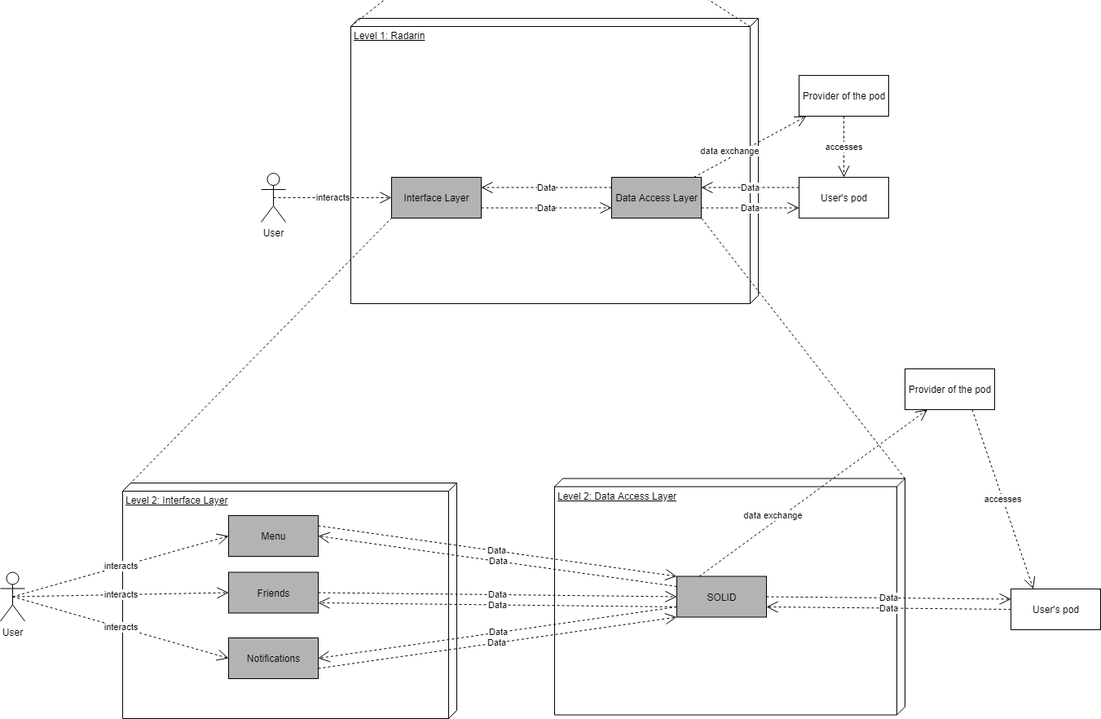
This is webapp/docs/images/documentation_5_2.png from Arquisoft/radarin_en2b, a draw.io export, as it was before one commit. Source tidied: cells renumbered, new cells last; positions are measured from the earlier drawing's top-left corner, leaving out a move shared by most shapes.
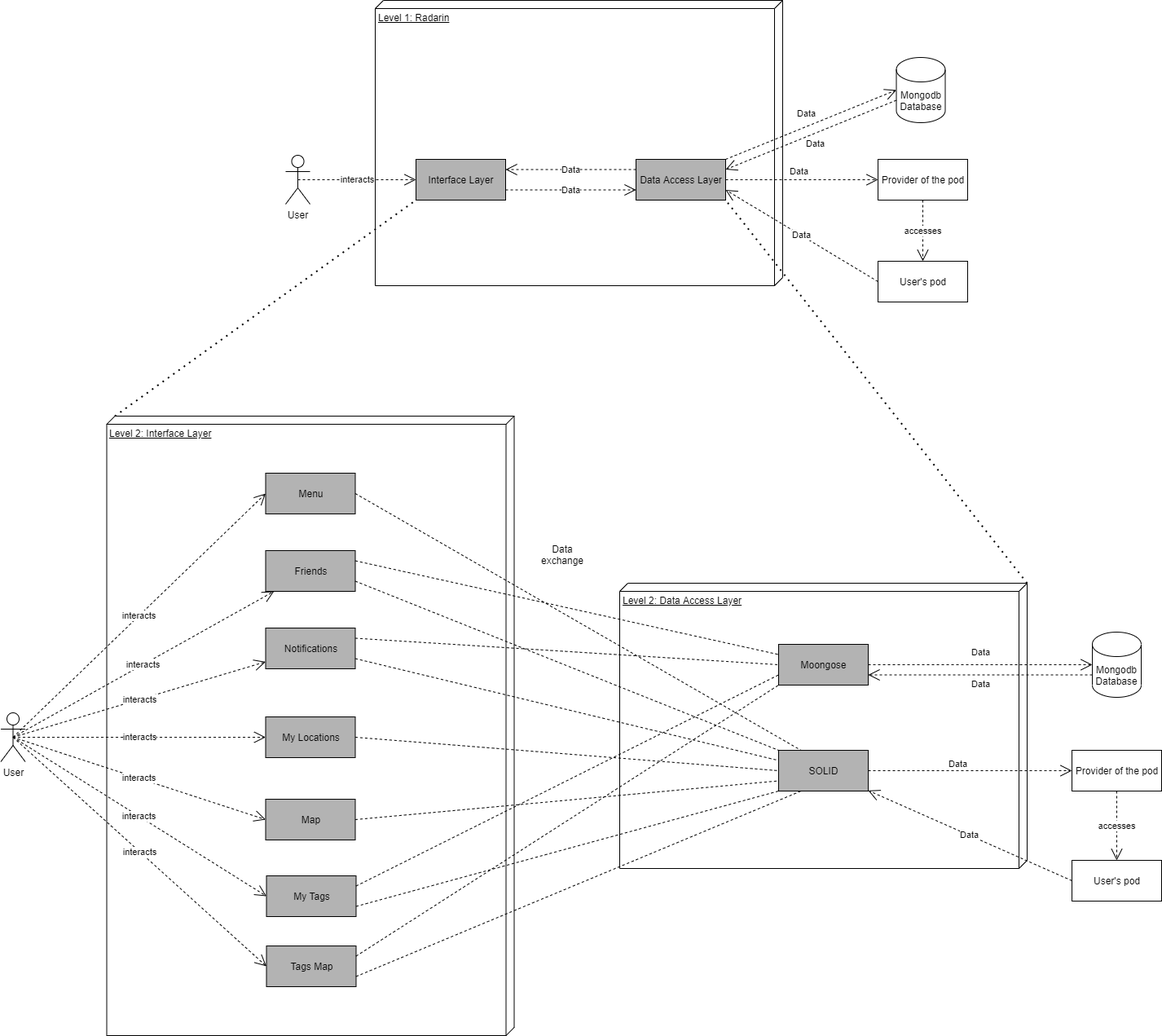
Above is the later version.

Change to the diagram source:
```diff
@@ -7,31 +7,2 @@
     </mxCell>
-    <mxCell id="3" value="Scope and context" style="verticalAlign=top;align=left;spacingTop=8;spacingLeft=2;spacingRight=12;shape=cube;size=10;direction=south;fontStyle=4;html=1;" parent="1" vertex="1">
-      <mxGeometry x="420" width="520" height="320" as="geometry" />
-    </mxCell>
-    <mxCell id="4" value="User" style="shape=umlActor;verticalLabelPosition=bottom;verticalAlign=top;html=1;" parent="1" vertex="1">
-      <mxGeometry x="820" y="190" width="30" height="60" as="geometry" />
-    </mxCell>
-    <mxCell id="5" value="Radarin" style="html=1;fillColor=#B3B3B3;" parent="1" vertex="1">
-      <mxGeometry x="600" y="195" width="110" height="50" as="geometry" />
-    </mxCell>
-    <mxCell id="6" value="User`s pod" style="html=1;" parent="1" vertex="1">
-      <mxGeometry x="490" y="60" width="110" height="50" as="geometry" />
-    </mxCell>
-    <mxCell id="7" value="Provider of the pod" style="html=1;" parent="1" vertex="1">
-      <mxGeometry x="710" y="60" width="110" height="50" as="geometry" />
-    </mxCell>
-    <mxCell id="8" value="accesses" style="endArrow=open;endSize=12;dashed=1;html=1;" parent="1" edge="1" source="7" target="6">
-      <mxGeometry relative="1" as="geometry" />
-    </mxCell>
-    <mxCell id="9" value="provides" style="endArrow=open;endSize=12;dashed=1;html=1;" parent="1" edge="1" source="5" target="7">
-      <mxGeometry relative="1" as="geometry" />
-    </mxCell>
-    <mxCell id="10" value="data exchange" style="endArrow=open;endSize=12;dashed=1;html=1;entryX=0.5;entryY=1;entryDx=0;entryDy=0;exitX=0;exitY=0;exitDx=0;exitDy=0;" parent="1" edge="1" source="5" target="6">
-      <mxGeometry x="-0.25" y="-24" relative="1" as="geometry" />
-    </mxCell>
-    <mxCell id="11" style="endArrow=open;endSize=12;dashed=1;html=1;exitX=1;exitY=1;exitDx=0;exitDy=0;entryX=0.5;entryY=0;entryDx=0;entryDy=0;" parent="1" edge="1" source="6" target="5">
-      <mxGeometry x="0.32" y="-7" relative="1" as="geometry">
-        <mxPoint x="-1" as="offset" />
-      </mxGeometry>
-    </mxCell>
     <mxCell id="12" value="Interface Layer" style="html=1;fillColor=#B3B3B3;" parent="1" vertex="1">
@@ -46,9 +17,9 @@
     <mxCell id="15" value="Provider of the pod" style="html=1;" parent="1" vertex="1">
-      <mxGeometry x="980" y="440" width="110" height="50" as="geometry" />
+      <mxGeometry x="1047" y="565" width="110" height="50" as="geometry" />
     </mxCell>
     <mxCell id="16" value="User's pod" style="html=1;" parent="1" vertex="1">
-      <mxGeometry x="980" y="565" width="110" height="50" as="geometry" />
+      <mxGeometry x="1047" y="690" width="110" height="50" as="geometry" />
     </mxCell>
-    <mxCell id="17" value="data exchange" style="endArrow=open;endSize=12;dashed=1;html=1;" parent="1" edge="1" source="13" target="15">
-      <mxGeometry x="-0.32" y="7" relative="1" as="geometry" />
+    <mxCell id="17" value="Data" style="endArrow=open;endSize=12;dashed=1;html=1;" parent="1" edge="1" source="13" target="15">
+      <mxGeometry x="-0.04" y="10" relative="1" as="geometry" />
     </mxCell>
@@ -57,9 +28,3 @@
     </mxCell>
-    <mxCell id="19" value="interacts" style="endArrow=open;endSize=12;dashed=1;html=1;exitX=0.5;exitY=0.5;exitDx=0;exitDy=0;exitPerimeter=0;entryX=1;entryY=0.5;entryDx=0;entryDy=0;" parent="1" edge="1" source="4" target="5">
-      <mxGeometry relative="1" as="geometry" />
-    </mxCell>
-    <mxCell id="20" value="logs in" style="endArrow=open;endSize=12;dashed=1;html=1;entryX=0.75;entryY=1;entryDx=0;entryDy=0;exitX=0.25;exitY=0.1;exitDx=0;exitDy=0;exitPerimeter=0;" parent="1" edge="1" source="4" target="7">
-      <mxGeometry relative="1" as="geometry" />
-    </mxCell>
-    <mxCell id="21" value="Data" style="endArrow=open;endSize=12;dashed=1;html=1;entryX=1;entryY=0.25;entryDx=0;entryDy=0;exitX=0;exitY=0.25;exitDx=0;exitDy=0;" parent="1" edge="1" source="16" target="13">
+    <mxCell id="21" value="Data" style="endArrow=open;endSize=12;dashed=1;html=1;entryX=1;entryY=0.75;entryDx=0;entryDy=0;exitX=0;exitY=0.5;exitDx=0;exitDy=0;" parent="1" edge="1" source="16" target="13">
       <mxGeometry relative="1" as="geometry" />
@@ -75,83 +40,149 @@
     </mxCell>
-    <mxCell id="25" style="endArrow=none;dashed=1;html=1;exitX=0;exitY=0;exitDx=10;exitDy=500;exitPerimeter=0;entryX=0;entryY=1;entryDx=0;entryDy=0;" parent="1" edge="1" source="2" target="5">
-      <mxGeometry relative="1" as="geometry" />
-    </mxCell>
-    <mxCell id="26" style="endArrow=none;dashed=1;html=1;exitX=0.029;exitY=0.02;exitDx=0;exitDy=0;exitPerimeter=0;entryX=1;entryY=1;entryDx=0;entryDy=0;" parent="1" edge="1" source="2" target="5">
-      <mxGeometry relative="1" as="geometry" />
-    </mxCell>
     <mxCell id="27" value="Level 2: Interface Layer" style="verticalAlign=top;align=left;spacingTop=8;spacingLeft=2;spacingRight=12;shape=cube;size=10;direction=south;fontStyle=4;html=1;" parent="1" vertex="1">
-      <mxGeometry x="150" y="940" width="410" height="289" as="geometry" />
+      <mxGeometry x="100.5" y="880" width="500" height="760" as="geometry" />
     </mxCell>
+    <mxCell id="30" value="Menu" style="html=1;fillColor=#B3B3B3;" parent="1" vertex="1">
+      <mxGeometry x="295.5" y="950" width="110" height="50" as="geometry" />
+    </mxCell>
+    <mxCell id="44" value="Friends" style="html=1;fillColor=#B3B3B3;" parent="1" vertex="1">
+      <mxGeometry x="295.5" y="1045" width="110" height="50" as="geometry" />
+    </mxCell>
+    <mxCell id="52" value="User" style="shape=umlActor;verticalLabelPosition=bottom;verticalAlign=top;html=1;" parent="1" vertex="1">
+      <mxGeometry x="-29.5" y="1244" width="30" height="60" as="geometry" />
+    </mxCell>
+    <mxCell id="53" value="interacts" style="endArrow=open;endSize=12;dashed=1;html=1;entryX=0;entryY=0.5;entryDx=0;entryDy=0;exitX=0.5;exitY=0.5;exitDx=0;exitDy=0;exitPerimeter=0;" parent="1" edge="1" source="52" target="30">
+      <mxGeometry relative="1" as="geometry" />
+    </mxCell>
+    <mxCell id="54" value="interacts" style="endArrow=open;endSize=12;dashed=1;html=1;exitX=0.5;exitY=0.5;exitDx=0;exitDy=0;exitPerimeter=0;" parent="1" edge="1" source="52" target="44">
+      <mxGeometry relative="1" as="geometry" />
+    </mxCell>
+    <mxCell id="48" value="Notifications" style="html=1;fillColor=#B3B3B3;" parent="1" vertex="1">
+      <mxGeometry x="295.5" y="1140" width="110" height="50" as="geometry" />
+    </mxCell>
+    <mxCell id="55" value="interacts" style="endArrow=open;endSize=12;dashed=1;html=1;exitX=0.5;exitY=0.5;exitDx=0;exitDy=0;exitPerimeter=0;" parent="1" edge="1" source="52" target="48">
+      <mxGeometry relative="1" as="geometry" />
+    </mxCell>
+    <mxCell id="56" style="edgeStyle=orthogonalEdgeStyle;rounded=0;orthogonalLoop=1;jettySize=auto;html=1;exitX=0.5;exitY=1;exitDx=0;exitDy=0;" parent="1" edge="1" source="30" target="30">
+      <mxGeometry relative="1" as="geometry" />
+    </mxCell>
     <mxCell id="28" value="Level 2: Data Access Layer" style="verticalAlign=top;align=left;spacingTop=8;spacingLeft=2;spacingRight=12;shape=cube;size=10;direction=south;fontStyle=4;html=1;" parent="1" vertex="1">
-      <mxGeometry x="680" y="934.5" width="430" height="290" as="geometry" />
+      <mxGeometry x="730" y="1085" width="500" height="350" as="geometry" />
     </mxCell>
-    <mxCell id="29" value="User" style="shape=umlActor;verticalLabelPosition=bottom;verticalAlign=top;html=1;" parent="1" vertex="1">
-      <mxGeometry y="1049.5" width="30" height="60" as="geometry" />
-    </mxCell>
-    <mxCell id="30" value="Menu" style="html=1;fillColor=#B3B3B3;" parent="1" vertex="1">
-      <mxGeometry x="280" y="980" width="110" height="50" as="geometry" />
-    </mxCell>
-    <mxCell id="31" value="interacts" style="endArrow=open;endSize=12;dashed=1;html=1;entryX=0;entryY=0.5;entryDx=0;entryDy=0;exitX=0.5;exitY=0.5;exitDx=0;exitDy=0;exitPerimeter=0;" parent="1" edge="1" source="29" target="30">
-      <mxGeometry relative="1" as="geometry" />
-    </mxCell>
     <mxCell id="32" value="SOLID" style="html=1;fillColor=#B3B3B3;" parent="1" vertex="1">
-      <mxGeometry x="830" y="1054.5" width="110" height="50" as="geometry" />
+      <mxGeometry x="925" y="1290" width="110" height="50" as="geometry" />
     </mxCell>
-    <mxCell id="33" value="Data" style="endArrow=open;endSize=12;dashed=1;html=1;entryX=0;entryY=0;entryDx=0;entryDy=0;exitX=1;exitY=0.25;exitDx=0;exitDy=0;" parent="1" edge="1" source="30" target="32">
-      <mxGeometry relative="1" as="geometry" />
-    </mxCell>
-    <mxCell id="34" value="Data" style="endArrow=open;endSize=12;dashed=1;html=1;entryX=1;entryY=0.5;entryDx=0;entryDy=0;exitX=0;exitY=0.25;exitDx=0;exitDy=0;" parent="1" edge="1" source="32" target="30">
-      <mxGeometry relative="1" as="geometry" />
-    </mxCell>
-    <mxCell id="35" value="Provider of the pod" style="html=1;" parent="1" vertex="1">
-      <mxGeometry x="1110" y="800" width="110" height="50" as="geometry" />
-    </mxCell>
-    <mxCell id="36" value="data exchange" style="endArrow=open;endSize=12;dashed=1;html=1;exitX=0.25;exitY=0;exitDx=0;exitDy=0;entryX=0.25;entryY=1;entryDx=0;entryDy=0;" parent="1" edge="1" source="32" target="35">
-      <mxGeometry x="-0.32" y="7" relative="1" as="geometry" />
-    </mxCell>
+    <mxCell id="57" value="My Locations" style="html=1;fillColor=#B3B3B3;" parent="1" vertex="1">
+      <mxGeometry x="295.5" y="1249" width="110" height="50" as="geometry" />
+    </mxCell>
+    <mxCell id="58" value="interacts" style="endArrow=open;endSize=12;dashed=1;html=1;exitX=0.5;exitY=0.5;exitDx=0;exitDy=0;exitPerimeter=0;entryX=0;entryY=0.5;entryDx=0;entryDy=0;" parent="1" edge="1" source="52" target="57">
+      <mxGeometry relative="1" as="geometry" />
+    </mxCell>
+    <mxCell id="59" value="Map" style="html=1;fillColor=#B3B3B3;" parent="1" vertex="1">
+      <mxGeometry x="295.5" y="1350" width="110" height="50" as="geometry" />
+    </mxCell>
+    <mxCell id="60" value="interacts" style="endArrow=open;endSize=12;dashed=1;html=1;exitX=0.5;exitY=0.5;exitDx=0;exitDy=0;exitPerimeter=0;entryX=0;entryY=0.5;entryDx=0;entryDy=0;" parent="1" edge="1" source="52" target="59">
+      <mxGeometry relative="1" as="geometry" />
+    </mxCell>
+    <mxCell id="61" value="My Tags" style="html=1;fillColor=#B3B3B3;" parent="1" vertex="1">
+      <mxGeometry x="296.5" y="1444" width="110" height="50" as="geometry" />
+    </mxCell>
+    <mxCell id="62" value="interacts" style="endArrow=open;endSize=12;dashed=1;html=1;exitX=0.5;exitY=0.5;exitDx=0;exitDy=0;exitPerimeter=0;entryX=0;entryY=0.5;entryDx=0;entryDy=0;" parent="1" edge="1" source="52" target="61">
+      <mxGeometry relative="1" as="geometry" />
+    </mxCell>
+    <mxCell id="63" value="Tags Map" style="html=1;fillColor=#B3B3B3;" parent="1" vertex="1">
+      <mxGeometry x="296.5" y="1530" width="110" height="50" as="geometry" />
+    </mxCell>
+    <mxCell id="64" value="interacts" style="endArrow=open;endSize=12;dashed=1;html=1;exitX=0.5;exitY=0.5;exitDx=0;exitDy=0;exitPerimeter=0;entryX=0;entryY=0.5;entryDx=0;entryDy=0;" parent="1" edge="1" source="52" target="63">
+      <mxGeometry relative="1" as="geometry" />
+    </mxCell>
+    <mxCell id="65" value="Provider of the pod" style="html=1;" parent="1" vertex="1">
+      <mxGeometry x="1285" y="1290" width="110" height="50" as="geometry" />
+    </mxCell>
     <mxCell id="37" value="User's pod" style="html=1;" parent="1" vertex="1">
-      <mxGeometry x="1240" y="1070" width="110" height="50" as="geometry" />
+      <mxGeometry x="1285" y="1425" width="110" height="50" as="geometry" />
     </mxCell>
-    <mxCell id="38" value="accesses" style="endArrow=open;endSize=12;dashed=1;html=1;exitX=0.75;exitY=1;exitDx=0;exitDy=0;entryX=0.25;entryY=0;entryDx=0;entryDy=0;" parent="1" edge="1" source="35" target="37">
-      <mxGeometry relative="1" as="geometry" />
-    </mxCell>
+    <mxCell id="66" value="Data" style="endArrow=open;endSize=12;dashed=1;html=1;" parent="1" edge="1" source="32" target="65">
+      <mxGeometry x="-0.12" y="8" relative="1" as="geometry" />
+    </mxCell>
+    <mxCell id="8" value="accesses" style="endArrow=open;endSize=12;dashed=1;html=1;" parent="1" edge="1" source="65" target="37">
+      <mxGeometry relative="1" as="geometry" />
+    </mxCell>
-    <mxCell id="39" value="Data" style="endArrow=open;endSize=12;dashed=1;html=1;entryX=1;entryY=0.75;entryDx=0;entryDy=0;exitX=0;exitY=0.5;exitDx=0;exitDy=0;" parent="1" edge="1" source="37" target="32">
+    <mxCell id="39" value="Data" style="endArrow=open;endSize=12;dashed=1;html=1;exitX=0;exitY=0.5;exitDx=0;exitDy=0;" parent="1" edge="1" source="37" target="32">
       <mxGeometry relative="1" as="geometry" />
     </mxCell>
-    <mxCell id="40" value="Data" style="endArrow=open;endSize=12;dashed=1;html=1;entryX=0;entryY=0.75;entryDx=0;entryDy=0;exitX=1;exitY=0.75;exitDx=0;exitDy=0;" parent="1" edge="1" source="13" target="16">
-      <mxGeometry relative="1" as="geometry" />
-    </mxCell>
-    <mxCell id="41" value="Data" style="endArrow=open;endSize=12;dashed=1;html=1;entryX=0;entryY=0.25;entryDx=0;entryDy=0;exitX=1;exitY=0.5;exitDx=0;exitDy=0;" parent="1" edge="1" source="32" target="37">
-      <mxGeometry relative="1" as="geometry" />
-    </mxCell>
-    <mxCell id="42" style="endArrow=none;dashed=1;html=1;exitX=0;exitY=0;exitDx=10;exitDy=410;exitPerimeter=0;entryX=0;entryY=1;entryDx=0;entryDy=0;" parent="1" edge="1" source="27" target="12">
+    <mxCell id="42" style="endArrow=none;dashed=1;html=1;dashPattern=1 3;strokeWidth=2;entryX=0;entryY=1;entryDx=0;entryDy=0;exitX=0;exitY=0;exitDx=0;exitDy=490.00000000000006;exitPerimeter=0;" parent="1" edge="1" source="27" target="12">
       <mxGeometry relative="1" as="geometry" />
     </mxCell>
-    <mxCell id="43" style="endArrow=none;dashed=1;html=1;exitX=0;exitY=0;exitDx=0;exitDy=0;exitPerimeter=0;entryX=1;entryY=1;entryDx=0;entryDy=0;" parent="1" edge="1" source="28" target="13">
+    <mxCell id="43" style="endArrow=none;dashed=1;html=1;dashPattern=1 3;strokeWidth=2;entryX=1;entryY=1;entryDx=0;entryDy=0;exitX=0;exitY=0;exitDx=0;exitDy=0;exitPerimeter=0;" parent="1" edge="1" source="28" target="13">
       <mxGeometry relative="1" as="geometry" />
     </mxCell>
-    <mxCell id="44" value="Friends" style="html=1;fillColor=#B3B3B3;" parent="1" vertex="1">
-      <mxGeometry x="280" y="1049.5" width="110" height="50" as="geometry" />
-    </mxCell>
-    <mxCell id="45" value="interacts" style="endArrow=open;endSize=12;dashed=1;html=1;entryX=0;entryY=0.5;entryDx=0;entryDy=0;exitX=0.5;exitY=0.5;exitDx=0;exitDy=0;exitPerimeter=0;" parent="1" edge="1" source="29" target="44">
-      <mxGeometry relative="1" as="geometry" />
-    </mxCell>
-    <mxCell id="46" value="Data" style="endArrow=open;endSize=12;dashed=1;html=1;entryX=1;entryY=0.75;entryDx=0;entryDy=0;exitX=0;exitY=0.75;exitDx=0;exitDy=0;" parent="1" edge="1" source="32" target="44">
-      <mxGeometry relative="1" as="geometry" />
-    </mxCell>
+    <mxCell id="67" value="Moongose" style="html=1;fillColor=#B3B3B3;" parent="1" vertex="1">
+      <mxGeometry x="925" y="1160" width="110" height="50" as="geometry" />
+    </mxCell>
+    <mxCell id="33" style="endArrow=none;dashed=1;html=1;exitX=1;exitY=0.5;exitDx=0;exitDy=0;entryX=0.25;entryY=0;entryDx=0;entryDy=0;" parent="1" edge="1" source="30" target="32">
+      <mxGeometry relative="1" as="geometry" />
+    </mxCell>
-    <mxCell id="47" value="Data" style="endArrow=open;endSize=12;dashed=1;html=1;entryX=0;entryY=0.5;entryDx=0;entryDy=0;exitX=1;exitY=0.5;exitDx=0;exitDy=0;" parent="1" edge="1" source="44" target="32">
+    <mxCell id="47" value="&lt;br&gt;" style="endArrow=none;dashed=1;html=1;exitX=1;exitY=0.75;exitDx=0;exitDy=0;entryX=0;entryY=0;entryDx=0;entryDy=0;" parent="1" edge="1" source="44" target="32">
       <mxGeometry relative="1" as="geometry" />
     </mxCell>
-    <mxCell id="48" value="Notifications" style="html=1;fillColor=#B3B3B3;" parent="1" vertex="1">
-      <mxGeometry x="280" y="1130" width="110" height="50" as="geometry" />
-    </mxCell>
-    <mxCell id="49" value="interacts" style="endArrow=open;endSize=12;dashed=1;html=1;entryX=0;entryY=0.5;entryDx=0;entryDy=0;exitX=0.5;exitY=0.5;exitDx=0;exitDy=0;exitPerimeter=0;" parent="1" edge="1" source="29" target="48">
-      <mxGeometry relative="1" as="geometry" />
-    </mxCell>
-    <mxCell id="50" value="Data" style="endArrow=open;endSize=12;dashed=1;html=1;entryX=1;entryY=0.5;entryDx=0;entryDy=0;exitX=0;exitY=0.75;exitDx=0;exitDy=0;" parent="1" edge="1" source="32" target="48">
-      <mxGeometry relative="1" as="geometry" />
-    </mxCell>
-    <mxCell id="51" value="Data" style="endArrow=open;endSize=12;dashed=1;html=1;entryX=0;entryY=1;entryDx=0;entryDy=0;exitX=1;exitY=0.75;exitDx=0;exitDy=0;" parent="1" edge="1" source="48" target="32">
+    <mxCell id="51" style="endArrow=none;dashed=1;html=1;exitX=1;exitY=0.75;exitDx=0;exitDy=0;entryX=0;entryY=0.25;entryDx=0;entryDy=0;" parent="1" edge="1" source="48" target="32">
       <mxGeometry relative="1" as="geometry" />
     </mxCell>
+    <mxCell id="68" style="endArrow=none;dashed=1;html=1;exitX=1;exitY=0.5;exitDx=0;exitDy=0;entryX=0;entryY=0.5;entryDx=0;entryDy=0;" parent="1" edge="1" source="57" target="32">
+      <mxGeometry relative="1" as="geometry" />
+    </mxCell>
+    <mxCell id="69" style="endArrow=none;dashed=1;html=1;exitX=1;exitY=0.5;exitDx=0;exitDy=0;entryX=0;entryY=0.75;entryDx=0;entryDy=0;" parent="1" edge="1" source="59" target="32">
+      <mxGeometry relative="1" as="geometry" />
+    </mxCell>
+    <mxCell id="70" style="endArrow=none;dashed=1;html=1;exitX=1;exitY=0.75;exitDx=0;exitDy=0;entryX=0;entryY=1;entryDx=0;entryDy=0;" parent="1" edge="1" source="61" target="32">
+      <mxGeometry relative="1" as="geometry" />
+    </mxCell>
+    <mxCell id="71" style="endArrow=none;dashed=1;html=1;exitX=1;exitY=0.75;exitDx=0;exitDy=0;entryX=0.25;entryY=1;entryDx=0;entryDy=0;" parent="1" edge="1" source="63" target="32">
+      <mxGeometry relative="1" as="geometry" />
+    </mxCell>
+    <mxCell id="72" style="endArrow=none;dashed=1;html=1;exitX=1;exitY=0.25;exitDx=0;exitDy=0;entryX=0;entryY=0.25;entryDx=0;entryDy=0;" parent="1" edge="1" source="44" target="67">
+      <mxGeometry x="-0.14" y="1" relative="1" as="geometry">
+        <mxPoint x="1" as="offset" />
+      </mxGeometry>
+    </mxCell>
+    <mxCell id="73" value="Data exchange" style="text;html=1;strokeColor=none;fillColor=none;align=center;verticalAlign=middle;whiteSpace=wrap;rounded=0;" parent="1" vertex="1">
+      <mxGeometry x="640" y="1040" width="40" height="20" as="geometry" />
+    </mxCell>
+    <mxCell id="74" style="endArrow=none;dashed=1;html=1;exitX=1;exitY=0.25;exitDx=0;exitDy=0;entryX=0;entryY=1;entryDx=0;entryDy=0;" parent="1" edge="1" source="63" target="67">
+      <mxGeometry x="-0.14" y="1" relative="1" as="geometry">
+        <mxPoint x="1" as="offset" />
+      </mxGeometry>
+    </mxCell>
+    <mxCell id="75" style="endArrow=none;dashed=1;html=1;exitX=1;exitY=0.25;exitDx=0;exitDy=0;entryX=0;entryY=0.75;entryDx=0;entryDy=0;" parent="1" edge="1" source="61" target="67">
+      <mxGeometry x="-0.14" y="1" relative="1" as="geometry">
+        <mxPoint x="1" as="offset" />
+      </mxGeometry>
+    </mxCell>
+    <mxCell id="76" value="Mongodb&lt;br&gt;Database" style="shape=cylinder3;whiteSpace=wrap;html=1;boundedLbl=1;backgroundOutline=1;size=15;" parent="1" vertex="1">
+      <mxGeometry x="1310" y="1145" width="60" height="80" as="geometry" />
+    </mxCell>
+    <mxCell id="77" style="endArrow=none;dashed=1;html=1;exitX=1;exitY=0.25;exitDx=0;exitDy=0;entryX=0;entryY=0.5;entryDx=0;entryDy=0;" parent="1" edge="1" source="48" target="67">
+      <mxGeometry x="-0.14" y="1" relative="1" as="geometry">
+        <mxPoint x="1" as="offset" />
+      </mxGeometry>
+    </mxCell>
+    <mxCell id="78" value="Data" style="endArrow=open;endSize=12;dashed=1;html=1;entryX=0;entryY=0.5;entryDx=0;entryDy=0;entryPerimeter=0;exitX=1;exitY=0.5;exitDx=0;exitDy=0;" parent="1" edge="1" source="67" target="76">
+      <mxGeometry y="15" relative="1" as="geometry" />
+    </mxCell>
+    <mxCell id="79" value="Data" style="endArrow=open;endSize=12;dashed=1;html=1;exitX=0;exitY=0;exitDx=0;exitDy=52.5;exitPerimeter=0;entryX=1;entryY=0.75;entryDx=0;entryDy=0;" parent="1" edge="1" source="76" target="67">
+      <mxGeometry y="13" relative="1" as="geometry">
+        <mxPoint y="-1" as="offset" />
+      </mxGeometry>
+    </mxCell>
+    <mxCell id="80" value="Mongodb&lt;br&gt;Database" style="shape=cylinder3;whiteSpace=wrap;html=1;boundedLbl=1;backgroundOutline=1;size=15;" parent="1" vertex="1">
+      <mxGeometry x="1069.5" y="440" width="60" height="80" as="geometry" />
+    </mxCell>
+    <mxCell id="81" value="Data" style="endArrow=open;endSize=12;dashed=1;html=1;entryX=0;entryY=0.5;entryDx=0;entryDy=0;entryPerimeter=0;exitX=1;exitY=0;exitDx=0;exitDy=0;" parent="1" edge="1" source="13" target="80">
+      <mxGeometry y="15" relative="1" as="geometry" />
+    </mxCell>
+    <mxCell id="82" value="Data" style="endArrow=open;endSize=12;dashed=1;html=1;exitX=0;exitY=0;exitDx=0;exitDy=52.5;exitPerimeter=0;entryX=1;entryY=0.25;entryDx=0;entryDy=0;" parent="1" edge="1" source="80" target="13">
+      <mxGeometry y="13" relative="1" as="geometry">
+        <mxPoint y="-1" as="offset" />
+      </mxGeometry>
+    </mxCell>
   </root>
```
